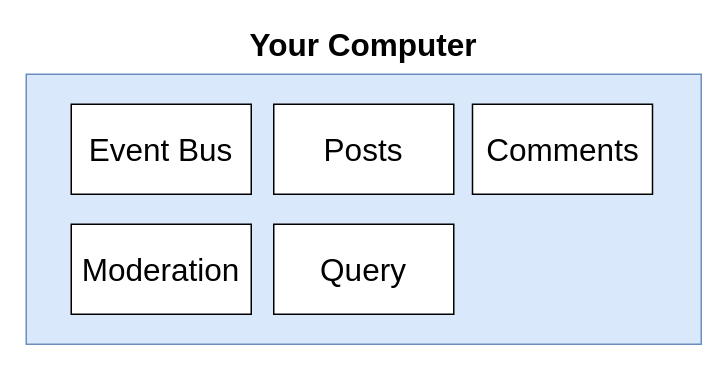
Above: page "01 - docker" (1 of 16) of week-8/microservices/diagrams/04/01.drawio in nagcloudlab/batch2 (draw.io), before the change. Source tidied: cells renumbered, new cells numbered last; positions are measured from the earlier drawing's top-left corner, leaving out a move shared by most shapes. Both pictures are drawn from the tidied source at 150%, with x=0, y=0 at pixel (26, 28).
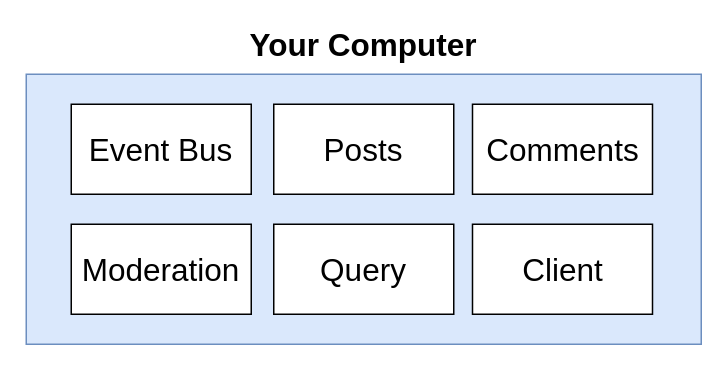
After the change.

Change to the diagram source:
```diff
@@
 <mxGraphModel>
   <root>
     <mxCell id="0" />
     <mxCell id="1" parent="0" />
     <mxCell id="2" style="rounded=0;whiteSpace=wrap;html=1;fillColor=#dae8fc;strokeColor=#6c8ebf;" parent="1" vertex="1">
       <mxGeometry y="30" width="450" height="180" as="geometry" />
     </mxCell>
     <mxCell id="3" value="Your Computer" style="text;html=1;strokeColor=none;fillColor=none;align=center;verticalAlign=middle;whiteSpace=wrap;rounded=0;fontSize=21;fontStyle=1;" parent="1" vertex="1">
       <mxGeometry x="106.2" width="237.5" height="20" as="geometry" />
     </mxCell>
     <mxCell id="4" value="Event Bus" style="rounded=0;whiteSpace=wrap;html=1;fontSize=21;" parent="1" vertex="1">
       <mxGeometry x="30" y="50" width="120" height="60" as="geometry" />
     </mxCell>
     <mxCell id="5" value="Posts" style="rounded=0;whiteSpace=wrap;html=1;fontSize=21;" parent="1" vertex="1">
       <mxGeometry x="165" y="50" width="120" height="60" as="geometry" />
     </mxCell>
     <mxCell id="6" value="Comments" style="rounded=0;whiteSpace=wrap;html=1;fontSize=21;" parent="1" vertex="1">
       <mxGeometry x="297.5" y="50" width="120" height="60" as="geometry" />
     </mxCell>
     <mxCell id="7" value="Moderation" style="rounded=0;whiteSpace=wrap;html=1;fontSize=21;" parent="1" vertex="1">
       <mxGeometry x="30" y="130" width="120" height="60" as="geometry" />
     </mxCell>
     <mxCell id="8" value="Query" style="rounded=0;whiteSpace=wrap;html=1;fontSize=21;" parent="1" vertex="1">
       <mxGeometry x="165" y="130" width="120" height="60" as="geometry" />
     </mxCell>
+    <mxCell id="9" value="Client" style="rounded=0;whiteSpace=wrap;html=1;fontSize=21;" parent="1" vertex="1">
+      <mxGeometry x="297.5" y="130" width="120" height="60" as="geometry" />
+    </mxCell>
   </root>
 </mxGraphModel>
```
